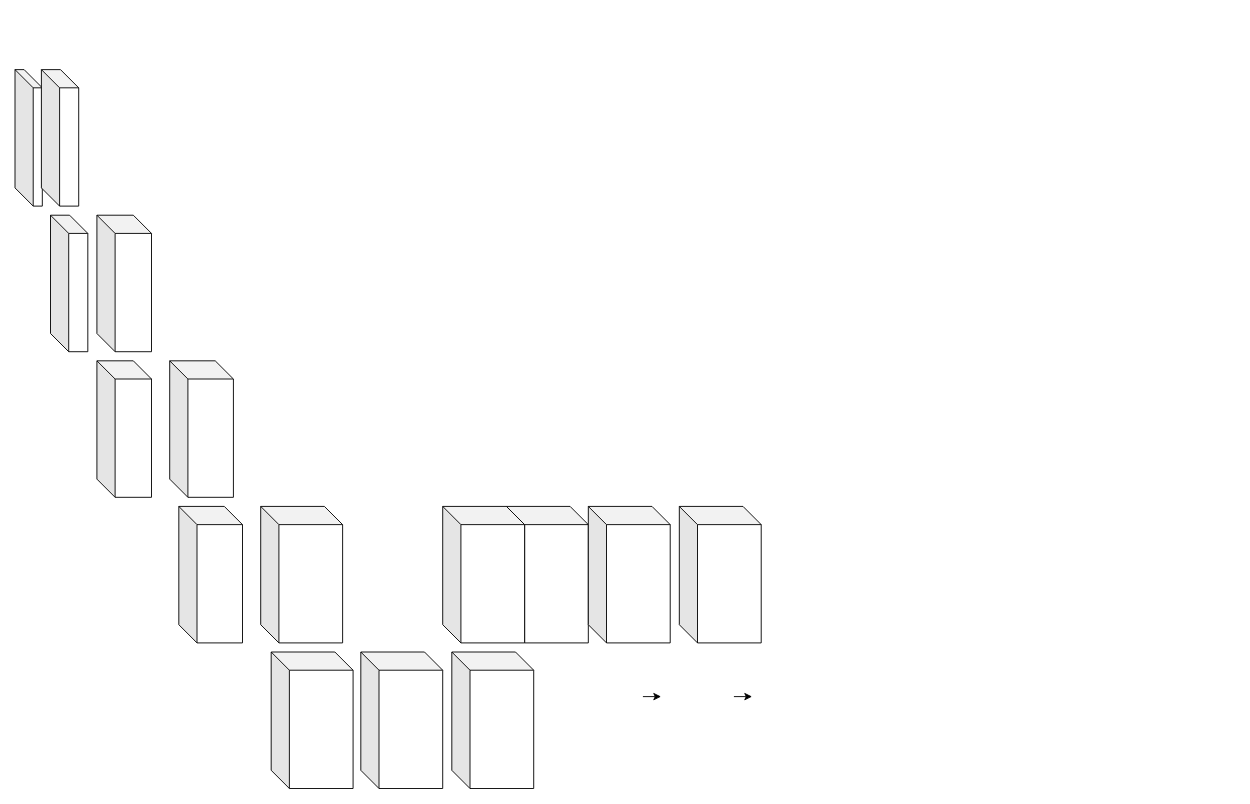
Earlier version of the draw.io diagram 제목 없는 다이어그램.drawio (accucim/vimgolf). Source tidied: cells renumbered, new cells numbered last; positions are measured from the earlier drawing's top-left corner, leaving out a move shared by most shapes. Both pictures are drawn from the tidied source at 91%, with x=0, y=0 at pixel (15, 69).
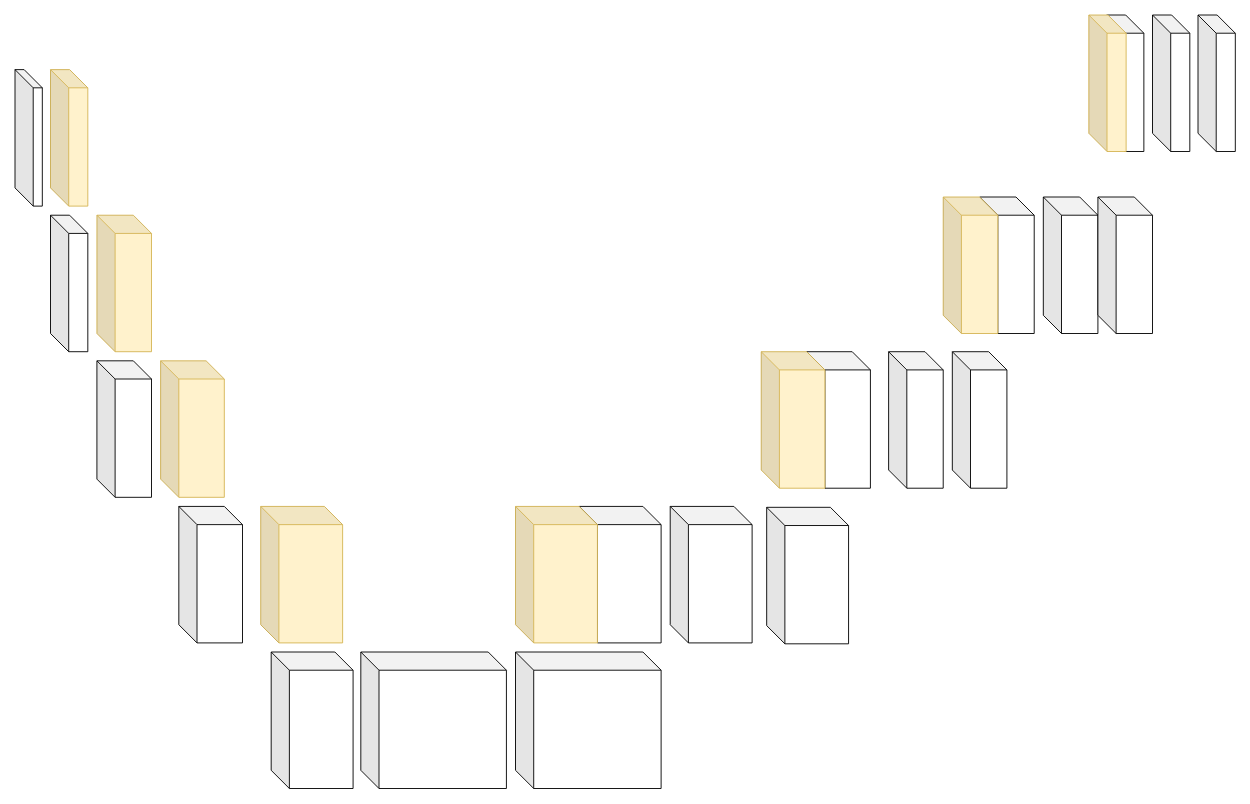
Above is the later version.

Commit message (it also covers changes not shown here):
제목 없는 다이어그램.drawio 업데이트

Change to the diagram source:
```diff
@@
+    <mxCell id="19" style="shape=cube;whiteSpace=wrap;html=1;boundedLbl=1;backgroundOutline=1;darkOpacity=0.05;darkOpacity2=0.1;" parent="1" vertex="1">
+      <mxGeometry x="1199.5" y="-60" width="41" height="150" as="geometry" />
+    </mxCell>
+    <mxCell id="20" style="shape=cube;whiteSpace=wrap;html=1;boundedLbl=1;backgroundOutline=1;darkOpacity=0.05;darkOpacity2=0.1;" parent="1" vertex="1">
+      <mxGeometry x="1060" y="140" width="60" height="150" as="geometry" />
+    </mxCell>
+    <mxCell id="21" style="shape=cube;whiteSpace=wrap;html=1;boundedLbl=1;backgroundOutline=1;darkOpacity=0.05;darkOpacity2=0.1;" parent="1" vertex="1">
+      <mxGeometry x="870" y="310" width="70" height="150" as="geometry" />
+    </mxCell>
+    <mxCell id="22" style="shape=cube;whiteSpace=wrap;html=1;boundedLbl=1;backgroundOutline=1;darkOpacity=0.05;darkOpacity2=0.1;" parent="1" vertex="1">
+      <mxGeometry x="826" y="481" width="90" height="150" as="geometry" />
+    </mxCell>
+    <mxCell id="23" style="shape=cube;whiteSpace=wrap;html=1;boundedLbl=1;backgroundOutline=1;darkOpacity=0.05;darkOpacity2=0.1;" parent="1" vertex="1">
+      <mxGeometry x="720" y="480" width="90" height="150" as="geometry" />
+    </mxCell>
     <mxCell id="2" style="shape=cube;whiteSpace=wrap;html=1;boundedLbl=1;backgroundOutline=1;darkOpacity=0.05;darkOpacity2=0.1;" parent="1" vertex="1">
-      <mxGeometry x="540" y="480" width="90" height="150" as="geometry" />
+      <mxGeometry x="620" y="480" width="90" height="150" as="geometry" />
     </mxCell>
-    <mxCell id="3" style="edgeStyle=orthogonalEdgeStyle;rounded=0;orthogonalLoop=1;jettySize=auto;html=1;" parent="1" edge="1">
-      <mxGeometry relative="1" as="geometry">
-        <mxPoint x="690" y="689" as="sourcePoint" />
-        <mxPoint x="710" y="689" as="targetPoint" />
-      </mxGeometry>
-    </mxCell>
+    <mxCell id="9" style="shape=cube;whiteSpace=wrap;html=1;boundedLbl=1;backgroundOutline=1;darkOpacity=0.05;darkOpacity2=0.1;fillColor=#fff2cc;strokeColor=#d6b656;" parent="1" vertex="1">
+      <mxGeometry x="820" y="310" width="70" height="150" as="geometry" />
+    </mxCell>
+    <mxCell id="16" style="shape=cube;whiteSpace=wrap;html=1;boundedLbl=1;backgroundOutline=1;darkOpacity=0.05;darkOpacity2=0.1;fillColor=#fff2cc;strokeColor=#d6b656;" parent="1" vertex="1">
+      <mxGeometry x="550" y="480" width="90" height="150" as="geometry" />
+    </mxCell>
+    <mxCell id="24" style="shape=cube;whiteSpace=wrap;html=1;boundedLbl=1;backgroundOutline=1;darkOpacity=0.05;darkOpacity2=0.1;" parent="1" vertex="1">
+      <mxGeometry x="550" y="640" width="160" height="150" as="geometry" />
+    </mxCell>
+    <mxCell id="25" style="shape=cube;whiteSpace=wrap;html=1;boundedLbl=1;backgroundOutline=1;darkOpacity=0.05;darkOpacity2=0.1;" parent="1" vertex="1">
+      <mxGeometry x="960" y="310" width="60" height="150" as="geometry" />
+    </mxCell>
+    <mxCell id="26" style="shape=cube;whiteSpace=wrap;html=1;boundedLbl=1;backgroundOutline=1;darkOpacity=0.05;darkOpacity2=0.1;" parent="1" vertex="1">
+      <mxGeometry x="1030" y="310" width="60" height="150" as="geometry" />
+    </mxCell>
@@
-    <mxCell id="5" style="shape=cube;whiteSpace=wrap;html=1;boundedLbl=1;backgroundOutline=1;darkOpacity=0.05;darkOpacity2=0.1;" parent="1" vertex="1">
-      <mxGeometry x="29" width="41" height="150" as="geometry" />
+    <mxCell id="5" style="shape=cube;whiteSpace=wrap;html=1;boundedLbl=1;backgroundOutline=1;darkOpacity=0.05;darkOpacity2=0.1;fillColor=#fff2cc;strokeColor=#d6b656;" parent="1" vertex="1">
+      <mxGeometry x="1180" y="-60" width="41" height="150" as="geometry" />
     </mxCell>
@@
-    <mxCell id="7" style="shape=cube;whiteSpace=wrap;html=1;boundedLbl=1;backgroundOutline=1;darkOpacity=0.05;darkOpacity2=0.1;" parent="1" vertex="1">
+    <mxCell id="7" style="shape=cube;whiteSpace=wrap;html=1;boundedLbl=1;backgroundOutline=1;darkOpacity=0.05;darkOpacity2=0.1;fillColor=#fff2cc;strokeColor=#d6b656;" parent="1" vertex="1">
       <mxGeometry x="90" y="160" width="60" height="150" as="geometry" />
     </mxCell>
@@
-    <mxCell id="9" style="shape=cube;whiteSpace=wrap;html=1;boundedLbl=1;backgroundOutline=1;darkOpacity=0.05;darkOpacity2=0.1;" parent="1" vertex="1">
-      <mxGeometry x="170" y="320" width="70" height="150" as="geometry" />
-    </mxCell>
@@
-    <mxCell id="11" style="shape=cube;whiteSpace=wrap;html=1;boundedLbl=1;backgroundOutline=1;darkOpacity=0.05;darkOpacity2=0.1;" parent="1" vertex="1">
+    <mxCell id="11" style="shape=cube;whiteSpace=wrap;html=1;boundedLbl=1;backgroundOutline=1;darkOpacity=0.05;darkOpacity2=0.1;fillColor=#fff2cc;strokeColor=#d6b656;" parent="1" vertex="1">
       <mxGeometry x="270" y="480" width="90" height="150" as="geometry" />
     </mxCell>
-    <mxCell id="12" style="edgeStyle=orthogonalEdgeStyle;rounded=0;orthogonalLoop=1;jettySize=auto;html=1;" parent="1" edge="1">
-      <mxGeometry relative="1" as="geometry">
-        <mxPoint x="790" y="689" as="sourcePoint" />
-        <mxPoint x="810" y="689" as="targetPoint" />
-      </mxGeometry>
-    </mxCell>
@@
     <mxCell id="14" style="shape=cube;whiteSpace=wrap;html=1;boundedLbl=1;backgroundOutline=1;darkOpacity=0.05;darkOpacity2=0.1;" parent="1" vertex="1">
-      <mxGeometry x="380" y="640" width="90" height="150" as="geometry" />
+      <mxGeometry x="380" y="640" width="160" height="150" as="geometry" />
     </mxCell>
-    <mxCell id="15" style="shape=cube;whiteSpace=wrap;html=1;boundedLbl=1;backgroundOutline=1;darkOpacity=0.05;darkOpacity2=0.1;" parent="1" vertex="1">
-      <mxGeometry x="480" y="640" width="90" height="150" as="geometry" />
-    </mxCell>
-    <mxCell id="16" style="shape=cube;whiteSpace=wrap;html=1;boundedLbl=1;backgroundOutline=1;darkOpacity=0.05;darkOpacity2=0.1;" parent="1" vertex="1">
-      <mxGeometry x="470" y="480" width="90" height="150" as="geometry" />
-    </mxCell>
-    <mxCell id="17" style="shape=cube;whiteSpace=wrap;html=1;boundedLbl=1;backgroundOutline=1;darkOpacity=0.05;darkOpacity2=0.1;" parent="1" vertex="1">
-      <mxGeometry x="630" y="480" width="90" height="150" as="geometry" />
-    </mxCell>
-    <mxCell id="18" style="shape=cube;whiteSpace=wrap;html=1;boundedLbl=1;backgroundOutline=1;darkOpacity=0.05;darkOpacity2=0.1;" parent="1" vertex="1">
-      <mxGeometry x="730" y="480" width="90" height="150" as="geometry" />
-    </mxCell>
+    <mxCell id="27" style="shape=cube;whiteSpace=wrap;html=1;boundedLbl=1;backgroundOutline=1;darkOpacity=0.05;darkOpacity2=0.1;fillColor=#fff2cc;strokeColor=#d6b656;" parent="1" vertex="1">
+      <mxGeometry x="160" y="320" width="70" height="150" as="geometry" />
+    </mxCell>
+    <mxCell id="28" style="shape=cube;whiteSpace=wrap;html=1;boundedLbl=1;backgroundOutline=1;darkOpacity=0.05;darkOpacity2=0.1;fillColor=#fff2cc;strokeColor=#d6b656;" parent="1" vertex="1">
+      <mxGeometry x="1020" y="140" width="60" height="150" as="geometry" />
+    </mxCell>
+    <mxCell id="29" style="shape=cube;whiteSpace=wrap;html=1;boundedLbl=1;backgroundOutline=1;darkOpacity=0.05;darkOpacity2=0.1;" parent="1" vertex="1">
+      <mxGeometry x="1130" y="140" width="60" height="150" as="geometry" />
+    </mxCell>
+    <mxCell id="30" style="shape=cube;whiteSpace=wrap;html=1;boundedLbl=1;backgroundOutline=1;darkOpacity=0.05;darkOpacity2=0.1;" parent="1" vertex="1">
+      <mxGeometry x="1190" y="140" width="60" height="150" as="geometry" />
+    </mxCell>
+    <mxCell id="31" style="shape=cube;whiteSpace=wrap;html=1;boundedLbl=1;backgroundOutline=1;darkOpacity=0.05;darkOpacity2=0.1;fillColor=#fff2cc;strokeColor=#d6b656;" parent="1" vertex="1">
+      <mxGeometry x="39" width="41" height="150" as="geometry" />
+    </mxCell>
+    <mxCell id="32" style="shape=cube;whiteSpace=wrap;html=1;boundedLbl=1;backgroundOutline=1;darkOpacity=0.05;darkOpacity2=0.1;" parent="1" vertex="1">
+      <mxGeometry x="1300" y="-60" width="41" height="150" as="geometry" />
+    </mxCell>
+    <mxCell id="33" style="shape=cube;whiteSpace=wrap;html=1;boundedLbl=1;backgroundOutline=1;darkOpacity=0.05;darkOpacity2=0.1;" parent="1" vertex="1">
+      <mxGeometry x="1250" y="-60" width="41" height="150" as="geometry" />
+    </mxCell>
```
